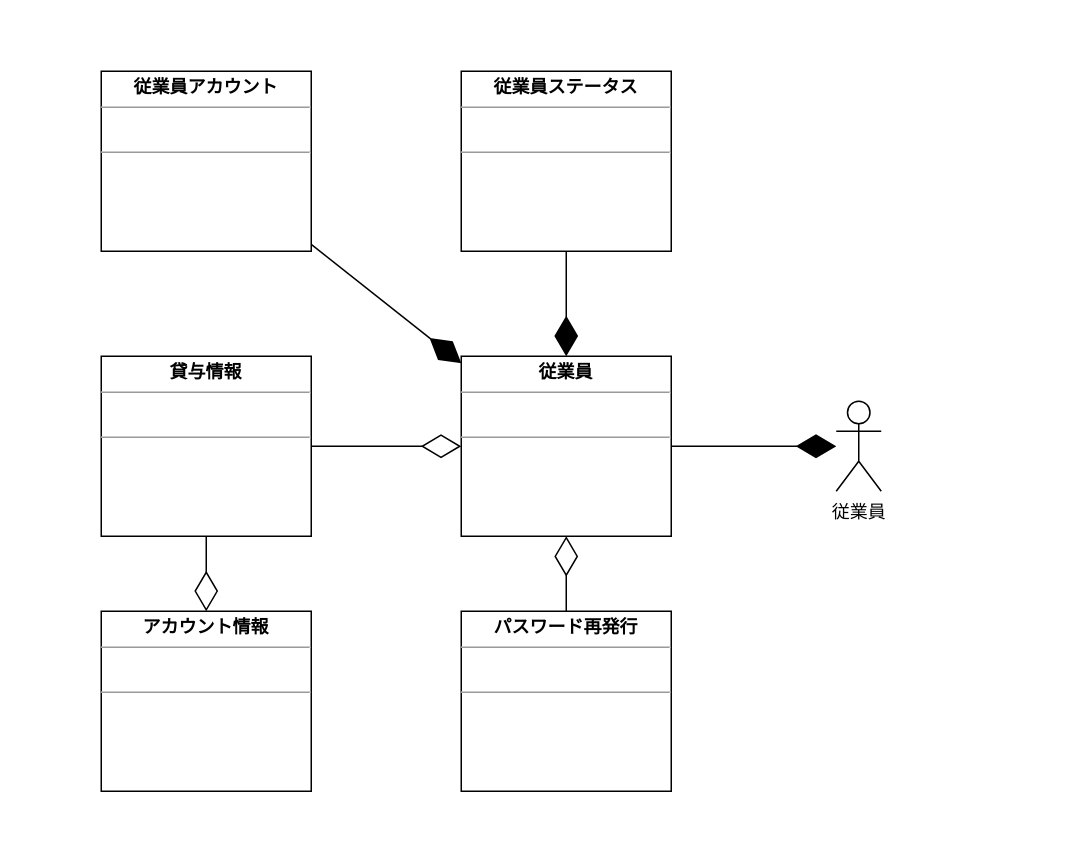
Earlier version of the draw.io diagram drawio/account_manager/domain_model.dio (takashiraki/github_image). Source tidied: cells renumbered, new cells numbered last; positions are measured from the earlier drawing's top-left corner, leaving out a move shared by most shapes. Both pictures are drawn from the tidied source at 150%, with x=0, y=0 at pixel (26, 26).
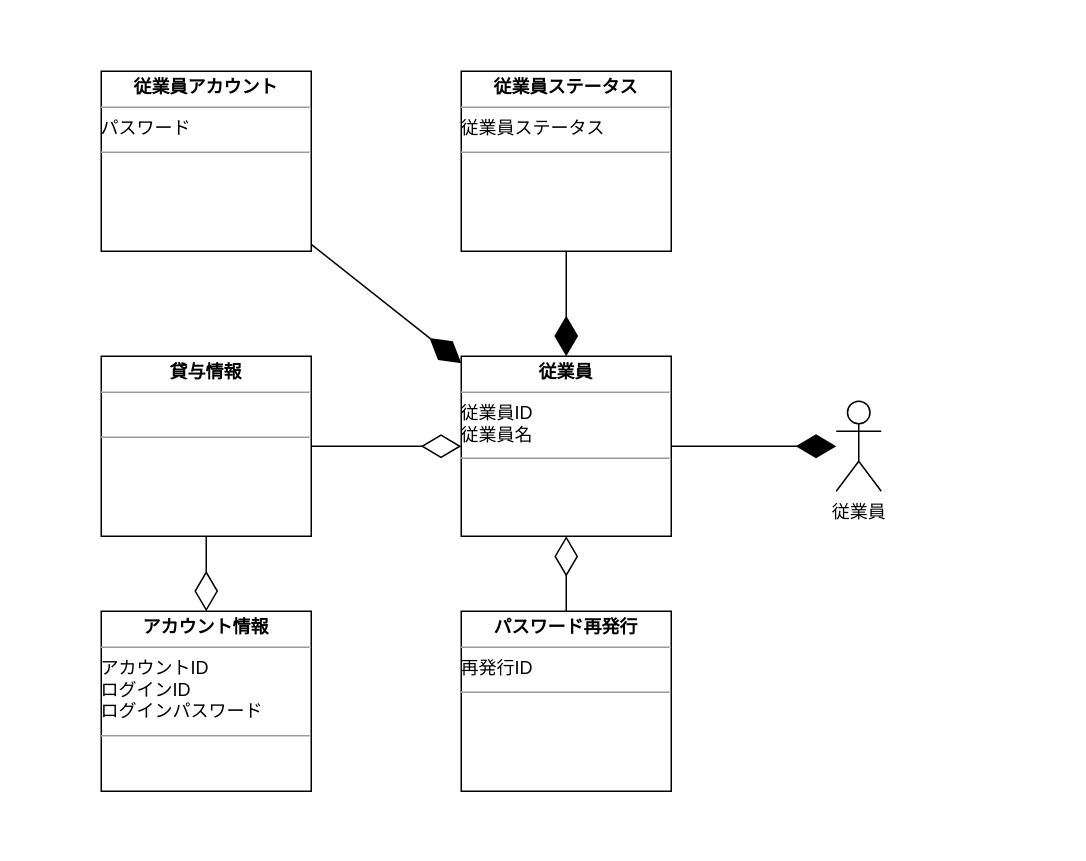
The same page after the edit.

Commit message (it also covers changes not shown here):
create domain model and usecase

What changed in the source:
```diff
@@
 <mxGraphModel>
   <root>
     <mxCell id="0" />
     <mxCell id="1" parent="0" />
     <mxCell id="2" style="rounded=0;whiteSpace=wrap;html=1;strokeColor=none;" parent="1" vertex="1">
       <mxGeometry width="690" height="540" as="geometry" />
     </mxCell>
-    <mxCell id="3" value="&lt;p style=&quot;margin:0px;margin-top:4px;text-align:center;&quot;&gt;&lt;b&gt;従業員&lt;/b&gt;&lt;/p&gt;&lt;hr size=&quot;1&quot;&gt;&lt;br&gt;&lt;div style=&quot;height:2px;&quot;&gt;&lt;/div&gt;&lt;hr size=&quot;1&quot;&gt;&lt;div style=&quot;height:2px;&quot;&gt;&lt;/div&gt;" style="verticalAlign=top;align=left;overflow=fill;fontSize=12;fontFamily=Helvetica;html=1;" parent="1" vertex="1">
+    <mxCell id="3" value="&lt;p style=&quot;margin:0px;margin-top:4px;text-align:center;&quot;&gt;&lt;b&gt;従業員&lt;/b&gt;&lt;/p&gt;&lt;hr size=&quot;1&quot;&gt;従業員ID&lt;br&gt;従業員名&lt;br&gt;&lt;div style=&quot;height:2px;&quot;&gt;&lt;/div&gt;&lt;hr size=&quot;1&quot;&gt;&lt;div style=&quot;height:2px;&quot;&gt;&lt;/div&gt;" style="verticalAlign=top;align=left;overflow=fill;fontSize=12;fontFamily=Helvetica;html=1;" parent="1" vertex="1">
       <mxGeometry x="290" y="220" width="140" height="120" as="geometry" />
     </mxCell>
     <mxCell id="4" value="&lt;p style=&quot;margin:0px;margin-top:4px;text-align:center;&quot;&gt;&lt;b&gt;貸与情報&lt;/b&gt;&lt;/p&gt;&lt;hr size=&quot;1&quot;&gt;&lt;br&gt;&lt;div style=&quot;height:2px;&quot;&gt;&lt;/div&gt;&lt;hr size=&quot;1&quot;&gt;&lt;div style=&quot;height:2px;&quot;&gt;&lt;/div&gt;" style="verticalAlign=top;align=left;overflow=fill;fontSize=12;fontFamily=Helvetica;html=1;" parent="1" vertex="1">
       <mxGeometry x="50" y="220" width="140" height="120" as="geometry" />
     </mxCell>
-    <mxCell id="5" value="&lt;p style=&quot;margin:0px;margin-top:4px;text-align:center;&quot;&gt;&lt;b&gt;アカウント情報&lt;/b&gt;&lt;/p&gt;&lt;hr size=&quot;1&quot;&gt;&lt;br&gt;&lt;div style=&quot;height:2px;&quot;&gt;&lt;/div&gt;&lt;hr size=&quot;1&quot;&gt;&lt;div style=&quot;height:2px;&quot;&gt;&lt;/div&gt;" style="verticalAlign=top;align=left;overflow=fill;fontSize=12;fontFamily=Helvetica;html=1;" parent="1" vertex="1">
+    <mxCell id="5" value="&lt;p style=&quot;margin:0px;margin-top:4px;text-align:center;&quot;&gt;&lt;b&gt;アカウント情報&lt;/b&gt;&lt;/p&gt;&lt;hr size=&quot;1&quot;&gt;アカウントID&lt;br&gt;ログインID&lt;br&gt;ログインパスワード&lt;br&gt;&lt;div style=&quot;height:2px;&quot;&gt;&lt;/div&gt;&lt;hr size=&quot;1&quot;&gt;&lt;div style=&quot;height:2px;&quot;&gt;&lt;/div&gt;" style="verticalAlign=top;align=left;overflow=fill;fontSize=12;fontFamily=Helvetica;html=1;" parent="1" vertex="1">
       <mxGeometry x="50" y="390" width="140" height="120" as="geometry" />
     </mxCell>
-    <mxCell id="6" value="&lt;p style=&quot;margin:0px;margin-top:4px;text-align:center;&quot;&gt;&lt;b&gt;従業員アカウント&lt;/b&gt;&lt;/p&gt;&lt;hr size=&quot;1&quot;&gt;&lt;br&gt;&lt;div style=&quot;height:2px;&quot;&gt;&lt;/div&gt;&lt;hr size=&quot;1&quot;&gt;&lt;div style=&quot;height:2px;&quot;&gt;&lt;/div&gt;" style="verticalAlign=top;align=left;overflow=fill;fontSize=12;fontFamily=Helvetica;html=1;" parent="1" vertex="1">
+    <mxCell id="6" value="&lt;p style=&quot;margin:0px;margin-top:4px;text-align:center;&quot;&gt;&lt;b&gt;従業員アカウント&lt;/b&gt;&lt;/p&gt;&lt;hr size=&quot;1&quot;&gt;パスワード&lt;br&gt;&lt;div style=&quot;height:2px;&quot;&gt;&lt;/div&gt;&lt;hr size=&quot;1&quot;&gt;&lt;div style=&quot;height:2px;&quot;&gt;&lt;/div&gt;" style="verticalAlign=top;align=left;overflow=fill;fontSize=12;fontFamily=Helvetica;html=1;" parent="1" vertex="1">
       <mxGeometry x="50" y="30" width="140" height="120" as="geometry" />
     </mxCell>
-    <mxCell id="7" value="&lt;p style=&quot;margin:0px;margin-top:4px;text-align:center;&quot;&gt;&lt;b&gt;従業員ステータス&lt;/b&gt;&lt;/p&gt;&lt;hr size=&quot;1&quot;&gt;&lt;br&gt;&lt;div style=&quot;height:2px;&quot;&gt;&lt;/div&gt;&lt;hr size=&quot;1&quot;&gt;&lt;div style=&quot;height:2px;&quot;&gt;&lt;/div&gt;" style="verticalAlign=top;align=left;overflow=fill;fontSize=12;fontFamily=Helvetica;html=1;" parent="1" vertex="1">
+    <mxCell id="7" value="&lt;p style=&quot;margin:0px;margin-top:4px;text-align:center;&quot;&gt;&lt;b&gt;従業員ステータス&lt;/b&gt;&lt;/p&gt;&lt;hr size=&quot;1&quot;&gt;従業員ステータス&lt;div style=&quot;height:2px;&quot;&gt;&lt;br&gt;&lt;/div&gt;&lt;hr size=&quot;1&quot;&gt;&lt;div style=&quot;height:2px;&quot;&gt;&lt;/div&gt;" style="verticalAlign=top;align=left;overflow=fill;fontSize=12;fontFamily=Helvetica;html=1;" parent="1" vertex="1">
       <mxGeometry x="290" y="30" width="140" height="120" as="geometry" />
     </mxCell>
     <mxCell id="8" style="endArrow=diamondThin;endFill=1;endSize=24;html=1;" parent="1" edge="1" source="6" target="3">
       <mxGeometry relative="1" as="geometry" />
     </mxCell>
     <mxCell id="9" style="endArrow=diamondThin;endFill=1;endSize=24;html=1;" parent="1" edge="1" source="7" target="3">
       <mxGeometry relative="1" as="geometry" />
     </mxCell>
-    <mxCell id="10" value="&lt;p style=&quot;margin:0px;margin-top:4px;text-align:center;&quot;&gt;&lt;b&gt;パスワード再発行&lt;/b&gt;&lt;/p&gt;&lt;hr size=&quot;1&quot;&gt;&lt;br&gt;&lt;div style=&quot;height:2px;&quot;&gt;&lt;/div&gt;&lt;hr size=&quot;1&quot;&gt;&lt;div style=&quot;height:2px;&quot;&gt;&lt;/div&gt;" style="verticalAlign=top;align=left;overflow=fill;fontSize=12;fontFamily=Helvetica;html=1;" parent="1" vertex="1">
+    <mxCell id="10" value="&lt;p style=&quot;margin:0px;margin-top:4px;text-align:center;&quot;&gt;&lt;b&gt;パスワード再発行&lt;/b&gt;&lt;/p&gt;&lt;hr size=&quot;1&quot;&gt;再発行ID&lt;br&gt;&lt;div style=&quot;height:2px;&quot;&gt;&lt;/div&gt;&lt;hr size=&quot;1&quot;&gt;&lt;div style=&quot;height:2px;&quot;&gt;&lt;/div&gt;" style="verticalAlign=top;align=left;overflow=fill;fontSize=12;fontFamily=Helvetica;html=1;" parent="1" vertex="1">
       <mxGeometry x="290" y="390" width="140" height="120" as="geometry" />
     </mxCell>
     <mxCell id="11" style="endArrow=diamondThin;endFill=0;endSize=24;html=1;" parent="1" edge="1" source="10" target="3">
       <mxGeometry relative="1" as="geometry" />
     </mxCell>
     <mxCell id="12" style="endArrow=diamondThin;endFill=0;endSize=24;html=1;" parent="1" edge="1" source="4" target="3">
       <mxGeometry relative="1" as="geometry" />
     </mxCell>
     <mxCell id="13" style="endArrow=diamondThin;endFill=0;endSize=24;html=1;" parent="1" edge="1" source="4" target="5">
       <mxGeometry relative="1" as="geometry" />
     </mxCell>
     <mxCell id="14" value="従業員" style="shape=umlActor;verticalLabelPosition=bottom;verticalAlign=top;html=1;" parent="1" vertex="1">
       <mxGeometry x="540" y="250" width="30" height="60" as="geometry" />
     </mxCell>
     <mxCell id="15" style="endArrow=diamondThin;endFill=1;endSize=24;html=1;" parent="1" edge="1" source="3" target="14">
       <mxGeometry relative="1" as="geometry" />
     </mxCell>
   </root>
 </mxGraphModel>
```
